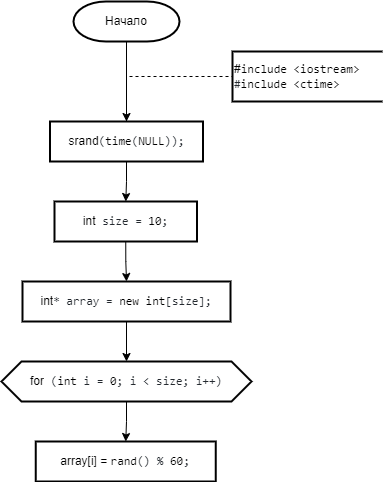
Above: Labs/4 Лаба/№2 Работа с одномерными массивами.png in IlyaFedoseev227/LABS-PNRPU-IVT-22-1b (draw.io), before the change. Source tidied: cells renumbered, new cells last; positions are measured from the earlier drawing's top-left corner, leaving out a move shared by most shapes.
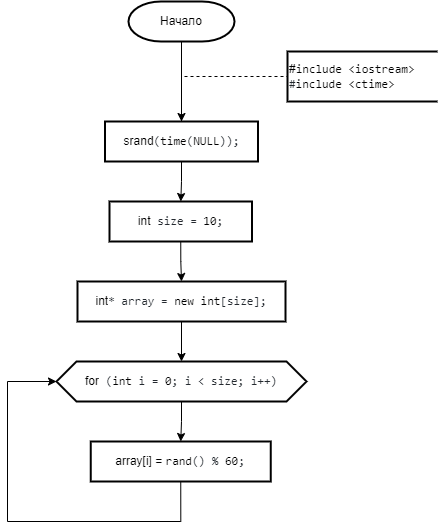
After the commit.

The edit, as a diff of the source:
```diff
@@ -42,6 +42,15 @@
     <mxCell id="13" value="for&lt;span style=&quot;color: rgb(36, 41, 47); font-family: ui-monospace, SFMono-Regular, &amp;quot;SF Mono&amp;quot;, Menlo, Consolas, &amp;quot;Liberation Mono&amp;quot;, monospace; text-align: start; background-color: rgb(255, 255, 255);&quot;&gt; (&lt;/span&gt;&lt;span style=&quot;box-sizing: border-box; color: var(--color-prettylights-syntax-keyword); font-family: ui-monospace, SFMono-Regular, &amp;quot;SF Mono&amp;quot;, Menlo, Consolas, &amp;quot;Liberation Mono&amp;quot;, monospace; text-align: start; background-color: rgb(255, 255, 255);&quot; class=&quot;pl-k&quot;&gt;int&lt;/span&gt;&lt;span style=&quot;color: rgb(36, 41, 47); font-family: ui-monospace, SFMono-Regular, &amp;quot;SF Mono&amp;quot;, Menlo, Consolas, &amp;quot;Liberation Mono&amp;quot;, monospace; text-align: start; background-color: rgb(255, 255, 255);&quot;&gt; i = &lt;/span&gt;&lt;span style=&quot;box-sizing: border-box; color: var(--color-prettylights-syntax-constant); font-family: ui-monospace, SFMono-Regular, &amp;quot;SF Mono&amp;quot;, Menlo, Consolas, &amp;quot;Liberation Mono&amp;quot;, monospace; text-align: start; background-color: rgb(255, 255, 255);&quot; class=&quot;pl-c1&quot;&gt;0&lt;/span&gt;&lt;span style=&quot;color: rgb(36, 41, 47); font-family: ui-monospace, SFMono-Regular, &amp;quot;SF Mono&amp;quot;, Menlo, Consolas, &amp;quot;Liberation Mono&amp;quot;, monospace; text-align: start; background-color: rgb(255, 255, 255);&quot;&gt;; i &amp;lt; size; i++)&lt;/span&gt;" style="shape=hexagon;perimeter=hexagonPerimeter2;whiteSpace=wrap;html=1;fixedSize=1;strokeWidth=2;" parent="1" vertex="1">
       <mxGeometry y="360" width="250" height="40" as="geometry" />
     </mxCell>
+    <mxCell id="15" style="edgeStyle=orthogonalEdgeStyle;rounded=0;jettySize=auto;html=1;exitX=0.5;exitY=1;exitDx=0;exitDy=0;entryX=0;entryY=0.5;entryDx=0;entryDy=0;" parent="1" edge="1" source="14" target="13">
+      <mxGeometry relative="1" as="geometry">
+        <Array as="points">
+          <mxPoint x="124" y="520" />
+          <mxPoint x="-49" y="520" />
+          <mxPoint x="-49" y="380" />
+        </Array>
+      </mxGeometry>
+    </mxCell>
     <mxCell id="14" value="array[i] = &lt;span style=&quot;box-sizing: border-box; color: var(--color-prettylights-syntax-constant); font-family: ui-monospace, SFMono-Regular, &amp;quot;SF Mono&amp;quot;, Menlo, Consolas, &amp;quot;Liberation Mono&amp;quot;, monospace; text-align: start; background-color: rgb(255, 255, 255);&quot; class=&quot;pl-c1&quot;&gt;rand&lt;/span&gt;&lt;span style=&quot;color: rgb(36, 41, 47); font-family: ui-monospace, SFMono-Regular, &amp;quot;SF Mono&amp;quot;, Menlo, Consolas, &amp;quot;Liberation Mono&amp;quot;, monospace; text-align: start; background-color: rgb(255, 255, 255);&quot;&gt;() % &lt;/span&gt;&lt;span style=&quot;box-sizing: border-box; color: var(--color-prettylights-syntax-constant); font-family: ui-monospace, SFMono-Regular, &amp;quot;SF Mono&amp;quot;, Menlo, Consolas, &amp;quot;Liberation Mono&amp;quot;, monospace; text-align: start; background-color: rgb(255, 255, 255);&quot; class=&quot;pl-c1&quot;&gt;60&lt;/span&gt;&lt;span style=&quot;color: rgb(36, 41, 47); font-family: ui-monospace, SFMono-Regular, &amp;quot;SF Mono&amp;quot;, Menlo, Consolas, &amp;quot;Liberation Mono&amp;quot;, monospace; text-align: start; background-color: rgb(255, 255, 255);&quot;&gt;;&lt;/span&gt;" style="shape=parallelogram;perimeter=parallelogramPerimeter;whiteSpace=wrap;html=1;fixedSize=1;strokeWidth=2;size=-6;" parent="1" vertex="1">
       <mxGeometry x="34.2" y="440" width="180" height="40" as="geometry" />
     </mxCell>
```
